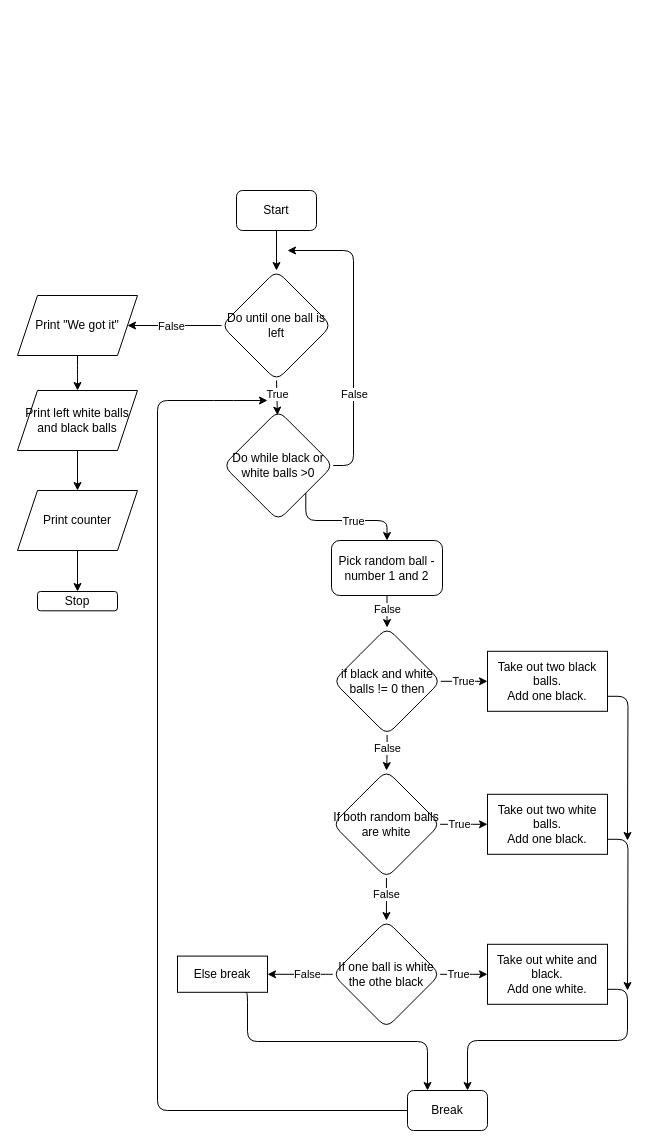
IgnasZyv/Project keeps this draw.io diagram as flowchart(new).drawio. Above is the earlier version. Source tidied: cells renumbered, new cells numbered last; positions are measured from the earlier drawing's top-left corner, leaving out a move shared by most shapes. Both pictures are drawn from the tidied source at 100%, with x=0, y=0 at pixel (17, 190).
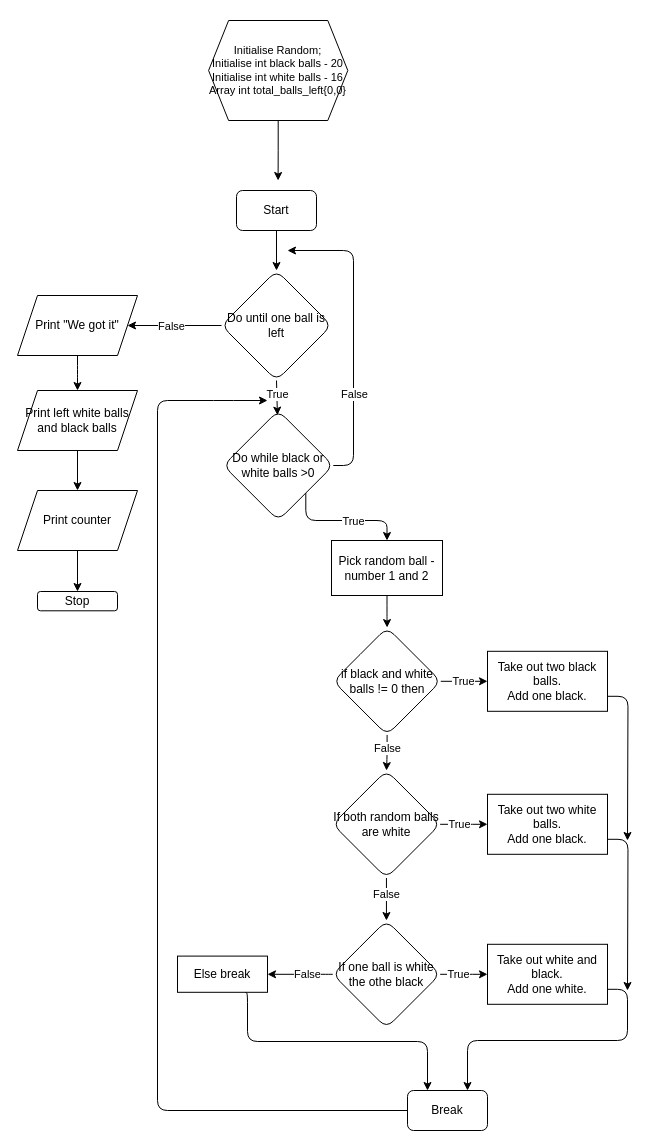
The same page after the edit.

The change refers to these unchanged cells:
```xml
<mxCell id="13" style="edgeStyle=orthogonalEdgeStyle;rounded=1;jettySize=auto;html=1;" parent="1" edge="1" source="15" target="20">
  <mxGeometry relative="1" as="geometry" />
</mxCell>
```

Change to the diagram source:
```diff
@@
-    <mxCell id="14" value="False" style="edgeLabel;html=1;align=center;verticalAlign=middle;" parent="13" vertex="1">
-      <mxGeometry x="-0.31" relative="1" as="geometry">
-        <mxPoint y="2" as="offset" />
-      </mxGeometry>
-    </mxCell>
-    <mxCell id="15" value="Pick random ball - number 1 and 2" style="whiteSpace=wrap;html=1;rounded=1;shadow=0;sketch=0;" parent="1" vertex="1">
+    <mxCell id="15" value="Pick random ball - number 1 and 2" style="whiteSpace=wrap;html=1;rounded=0;shadow=0;sketch=0;" parent="1" vertex="1">
       <mxGeometry x="314" y="350" width="111" height="55" as="geometry" />
     </mxCell>
@@
+    <mxCell id="50" style="edgeStyle=orthogonalEdgeStyle;rounded=0;jettySize=auto;html=1;exitX=0.5;exitY=1;exitDx=0;exitDy=0;" parent="1" edge="1" source="51">
+      <mxGeometry relative="1" as="geometry">
+        <mxPoint x="260.6" y="-10" as="targetPoint" />
+      </mxGeometry>
+    </mxCell>
+    <mxCell id="51" value="&lt;div style=&quot;font-size: 11px&quot;&gt;&lt;font style=&quot;font-size: 11px&quot;&gt;&lt;br&gt;&lt;/font&gt;&lt;/div&gt;&lt;div style=&quot;font-size: 11px&quot;&gt;&lt;font style=&quot;font-size: 11px&quot;&gt;&lt;br&gt;&lt;/font&gt;&lt;/div&gt;&lt;div style=&quot;font-size: 11px&quot;&gt;&lt;font style=&quot;font-size: 11px&quot;&gt;Initialise Random;&lt;/font&gt;&lt;/div&gt;&lt;div style=&quot;font-size: 11px&quot;&gt;&lt;font style=&quot;font-size: 11px&quot;&gt;Initialise int black balls - 20&lt;/font&gt;&lt;/div&gt;&lt;div style=&quot;font-size: 11px&quot;&gt;&lt;font style=&quot;font-size: 11px&quot;&gt;Initialise int white balls - 16&lt;/font&gt;&lt;/div&gt;&lt;div style=&quot;font-size: 11px&quot;&gt;&lt;font style=&quot;font-size: 11px&quot;&gt;Array int total_balls_left{0,0}&lt;/font&gt;&lt;/div&gt;&lt;div style=&quot;font-size: 11px&quot;&gt;&lt;font style=&quot;font-size: 11px&quot;&gt;&lt;br&gt;&lt;/font&gt;&lt;/div&gt;&lt;div style=&quot;font-size: 11px&quot;&gt;&lt;font style=&quot;font-size: 11px&quot;&gt;&lt;br&gt;&lt;/font&gt;&lt;/div&gt;" style="shape=hexagon;perimeter=hexagonPerimeter2;whiteSpace=wrap;html=1;fixedSize=1;" parent="1" vertex="1">
+      <mxGeometry x="191.1" y="-170" width="139.2" height="100" as="geometry" />
+    </mxCell>
```
